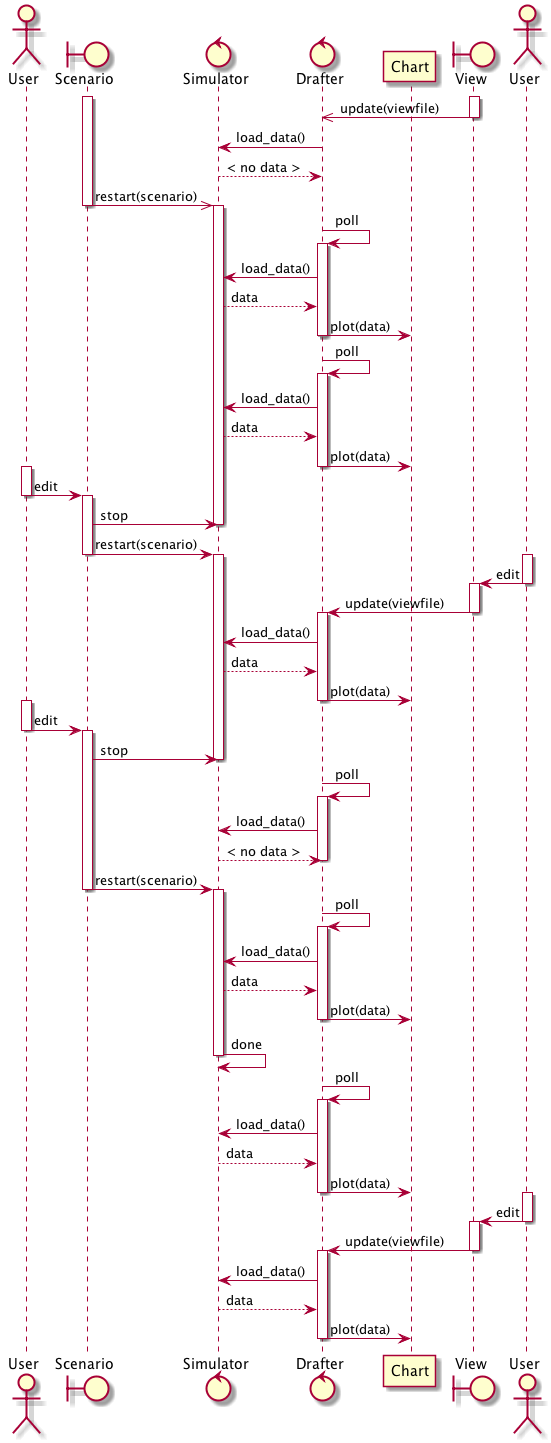
Earlier version of the PlantUML export docs/uml/png/sequence.png (kghose/groho).
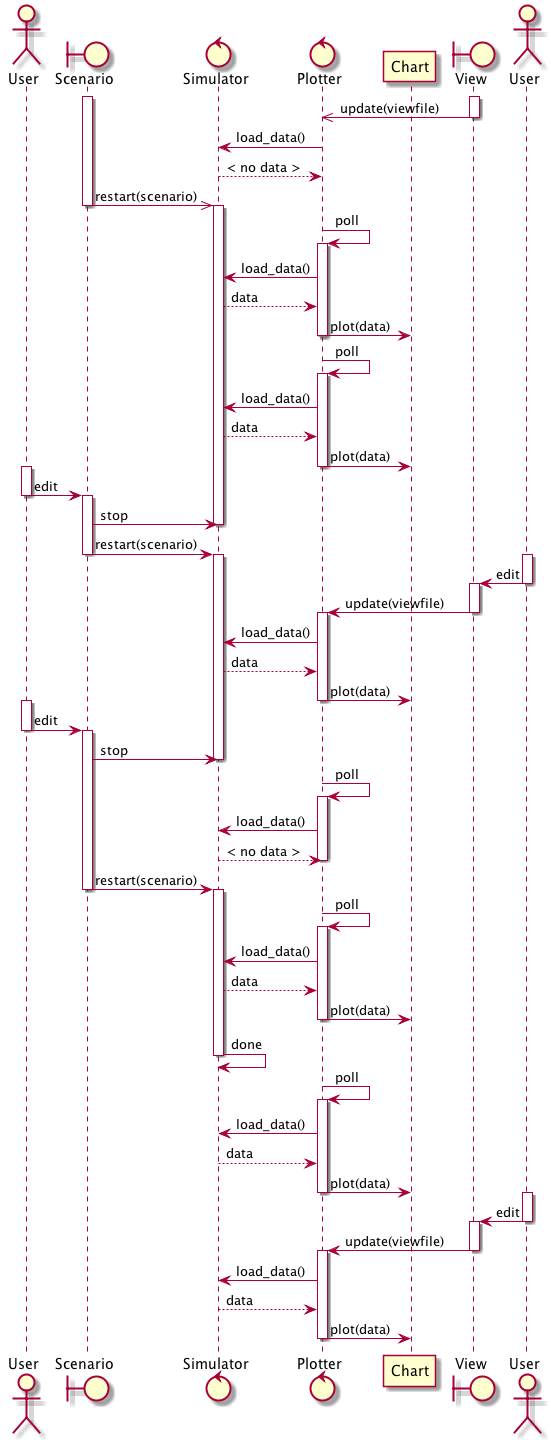
Above is the later version.

Commit message:
Docs: Add UML diagram PNGs

The edit, as a diff of the source:
```diff
@@ -3,7 +3,7 @@
 actor User
 boundary Scenario
 control "Simulator" as sim
-control Drafter
+control Plotter
 participant Chart
 boundary "View" as plotf
 actor "User" as u2
@@ -11,10 +11,10 @@
 
 activate Scenario
 activate plotf
-plotf ->> Drafter: update(viewfile)
+plotf ->> Plotter: update(viewfile)
 deactivate plotf
-Drafter -> sim: load_data()
-Drafter <-- sim: < no data >
+Plotter -> sim: load_data()
+Plotter <-- sim: < no data >
 
 
 Scenario ->> sim: restart(scenario)
@@ -22,20 +22,20 @@
 activate sim
 
 
-Drafter -> Drafter: poll
-activate Drafter
-Drafter -> sim: load_data()
-Drafter <-- sim: data
-Drafter -> Chart: plot(data)
-deactivate Drafter
+Plotter -> Plotter: poll
+activate Plotter
+Plotter -> sim: load_data()
+Plotter <-- sim: data
+Plotter -> Chart: plot(data)
+deactivate Plotter
 
 
-Drafter -> Drafter: poll
-activate Drafter
-Drafter -> sim: load_data()
-Drafter <-- sim: data
-Drafter -> Chart: plot(data)
-deactivate Drafter
+Plotter -> Plotter: poll
+activate Plotter
+Plotter -> sim: load_data()
+Plotter <-- sim: data
+Plotter -> Chart: plot(data)
+deactivate Plotter
 
 
 
@@ -56,13 +56,13 @@
 deactivate u2
 
 activate plotf
-Drafter <- plotf: update(viewfile)
+Plotter <- plotf: update(viewfile)
 deactivate plotf
-activate Drafter
-Drafter -> sim: load_data()
-Drafter <-- sim: data
-Drafter -> Chart: plot(data)
-deactivate Drafter
+activate Plotter
+Plotter -> sim: load_data()
+Plotter <-- sim: data
+Plotter -> Chart: plot(data)
+deactivate Plotter
 
 
 activate User
@@ -72,47 +72,47 @@
 Scenario -> sim: stop
 deactivate sim
 
-Drafter -> Drafter: poll
-activate Drafter
-Drafter -> sim: load_data()
-Drafter <-- sim: < no data >
-deactivate Drafter
+Plotter -> Plotter: poll
+activate Plotter
+Plotter -> sim: load_data()
+Plotter <-- sim: < no data >
+deactivate Plotter
 
 
 Scenario -> sim: restart(scenario)
 deactivate Scenario
 activate sim
 
-Drafter -> Drafter: poll
-activate Drafter
-Drafter -> sim: load_data()
-Drafter <-- sim: data
-Drafter -> Chart: plot(data)
-deactivate Drafter
+Plotter -> Plotter: poll
+activate Plotter
+Plotter -> sim: load_data()
+Plotter <-- sim: data
+Plotter -> Chart: plot(data)
+deactivate Plotter
 
 
 sim -> sim: done
 deactivate sim
 
-Drafter -> Drafter: poll
-activate Drafter
-Drafter -> sim: load_data()
-Drafter <-- sim: data
-Drafter -> Chart: plot(data)
-deactivate Drafter
+Plotter -> Plotter: poll
+activate Plotter
+Plotter -> sim: load_data()
+Plotter <-- sim: data
+Plotter -> Chart: plot(data)
+deactivate Plotter
 
 
 activate u2
 u2 -> plotf: edit
 deactivate u2
 activate plotf
-Drafter <- plotf: update(viewfile)
+Plotter <- plotf: update(viewfile)
 deactivate plotf
 
-activate Drafter
-Drafter -> sim: load_data()
-Drafter <-- sim: data
-Drafter -> Chart: plot(data)
-deactivate Drafter
+activate Plotter
+Plotter -> sim: load_data()
+Plotter <-- sim: data
+Plotter -> Chart: plot(data)
+deactivate Plotter
 
 @enduml
```
